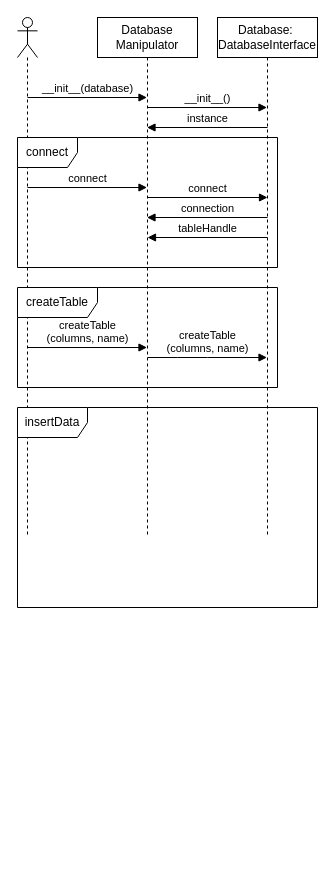
Above: page "Sequence-Diagram" (2 of 2) of Database/Architecture/Database-architecture.drawio in Uhgtred/OpenGreenHouse (draw.io), before the change. Source tidied: cells renumbered, new cells numbered last; positions are measured from the earlier drawing's top-left corner, leaving out a move shared by most shapes. Both pictures are drawn from the tidied source at 100%, with x=0, y=0 at pixel (17, 17).
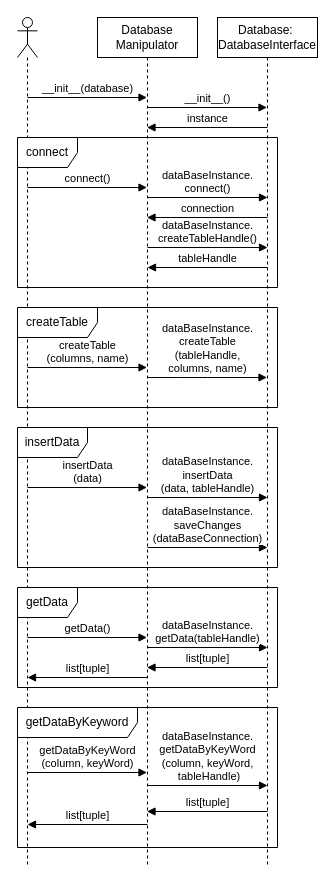
The same page after the edit.

Commit message (it also covers changes not shown here):
finishing sequence-diagram

What changed in the source:
```diff
@@
     <mxCell id="2" style="shape=umlLifeline;perimeter=lifelinePerimeter;whiteSpace=wrap;html=1;newEdgeStyle={&quot;curved&quot;:0,&quot;rounded&quot;:0};participant=umlActor;" parent="1" vertex="1">
-      <mxGeometry width="20" height="520" as="geometry" />
+      <mxGeometry width="20" height="850" as="geometry" />
     </mxCell>
     <mxCell id="3" value="Database&lt;br&gt;Manipulator" style="shape=umlLifeline;perimeter=lifelinePerimeter;whiteSpace=wrap;html=1;outlineConnect=0;portConstraint=eastwest;newEdgeStyle={&quot;curved&quot;:0,&quot;rounded&quot;:0};" parent="1" vertex="1">
-      <mxGeometry x="80" width="100" height="520" as="geometry" />
+      <mxGeometry x="80" width="100" height="850" as="geometry" />
     </mxCell>
@@
     <mxCell id="5" value="Database:&amp;nbsp;&lt;br&gt;DatabaseInterface" style="shape=umlLifeline;perimeter=lifelinePerimeter;whiteSpace=wrap;html=1;outlineConnect=0;portConstraint=eastwest;newEdgeStyle={&quot;curved&quot;:0,&quot;rounded&quot;:0};" parent="1" vertex="1">
-      <mxGeometry x="200" width="100" height="520" as="geometry" />
+      <mxGeometry x="200" width="100" height="850" as="geometry" />
     </mxCell>
@@
+    <mxCell id="17" style="group;" parent="1" vertex="1">
+      <mxGeometry y="290" width="260" height="100" as="geometry" />
+    </mxCell>
+    <mxCell id="13" value="createTable" style="shape=umlFrame;whiteSpace=wrap;html=1;width=80;height=30;" parent="17" vertex="1">
+      <mxGeometry width="260" height="100" as="geometry" />
+    </mxCell>
+    <mxCell id="14" value="dataBaseInstance.&lt;br&gt;createTable&lt;br style=&quot;border-color: var(--border-color);&quot;&gt;(tableHandle, &lt;br&gt;columns, name)" style="html=1;verticalAlign=bottom;endArrow=block;curved=0;rounded=0;" parent="17" edge="1">
+      <mxGeometry relative="1" as="geometry">
+        <mxPoint x="130" y="70" as="sourcePoint" />
+        <mxPoint x="249.5" y="70" as="targetPoint" />
+        <Array as="points">
+          <mxPoint x="160" y="70" />
+          <mxPoint x="190" y="70" />
+        </Array>
+      </mxGeometry>
+    </mxCell>
+    <mxCell id="15" value="createTable&lt;br&gt;(columns, name)" style="html=1;verticalAlign=bottom;endArrow=block;curved=0;rounded=0;" parent="17" edge="1">
+      <mxGeometry relative="1" as="geometry">
+        <mxPoint x="10" y="60" as="sourcePoint" />
+        <mxPoint x="129.5" y="60" as="targetPoint" />
+      </mxGeometry>
+    </mxCell>
+    <mxCell id="18" style="group;" parent="1" vertex="1">
+      <mxGeometry y="120" width="260" height="150" as="geometry" />
+    </mxCell>
-    <mxCell id="8" value="connect" style="html=1;verticalAlign=bottom;endArrow=block;curved=0;rounded=0;" parent="1" edge="1">
+    <mxCell id="8" value="connect()" style="html=1;verticalAlign=bottom;endArrow=block;curved=0;rounded=0;" parent="18" edge="1">
       <mxGeometry relative="1" as="geometry">
-        <mxPoint x="10" y="170" as="sourcePoint" />
-        <mxPoint x="129.5" y="170" as="targetPoint" />
+        <mxPoint x="10" y="50" as="sourcePoint" />
+        <mxPoint x="129.5" y="50" as="targetPoint" />
       </mxGeometry>
     </mxCell>
-    <mxCell id="9" value="connect" style="html=1;verticalAlign=bottom;endArrow=block;curved=0;rounded=0;" parent="1" edge="1">
+    <mxCell id="9" value="dataBaseInstance.&lt;br&gt;connect()" style="html=1;verticalAlign=bottom;endArrow=block;curved=0;rounded=0;" parent="18" edge="1">
       <mxGeometry relative="1" as="geometry">
-        <mxPoint x="130" y="180" as="sourcePoint" />
-        <mxPoint x="250" y="180" as="targetPoint" />
+        <mxPoint x="130" y="60" as="sourcePoint" />
+        <mxPoint x="250" y="60" as="targetPoint" />
       </mxGeometry>
     </mxCell>
-    <mxCell id="10" value="connection" style="html=1;verticalAlign=bottom;endArrow=block;curved=0;rounded=0;" parent="1" edge="1">
+    <mxCell id="10" value="connection" style="html=1;verticalAlign=bottom;endArrow=block;curved=0;rounded=0;" parent="18" edge="1">
       <mxGeometry relative="1" as="geometry">
-        <mxPoint x="250" y="200" as="sourcePoint" />
-        <mxPoint x="129.5" y="200" as="targetPoint" />
+        <mxPoint x="250" y="80" as="sourcePoint" />
+        <mxPoint x="129.5" y="80" as="targetPoint" />
       </mxGeometry>
     </mxCell>
-    <mxCell id="11" value="tableHandle" style="html=1;verticalAlign=bottom;endArrow=block;curved=0;rounded=0;" parent="1" edge="1">
+    <mxCell id="11" value="tableHandle" style="html=1;verticalAlign=bottom;endArrow=block;curved=0;rounded=0;" parent="18" edge="1">
       <mxGeometry relative="1" as="geometry">
-        <mxPoint x="250" y="220" as="sourcePoint" />
-        <mxPoint x="130" y="220" as="targetPoint" />
+        <mxPoint x="250" y="130" as="sourcePoint" />
+        <mxPoint x="130" y="130" as="targetPoint" />
+        <Array as="points">
+          <mxPoint x="200" y="130" />
+        </Array>
       </mxGeometry>
     </mxCell>
-    <mxCell id="12" value="connect" style="shape=umlFrame;whiteSpace=wrap;html=1;" parent="1" vertex="1">
-      <mxGeometry y="120" width="260" height="130" as="geometry" />
+    <mxCell id="12" value="connect" style="shape=umlFrame;whiteSpace=wrap;html=1;" parent="18" vertex="1">
+      <mxGeometry width="260" height="150" as="geometry" />
     </mxCell>
-    <mxCell id="13" value="createTable" style="shape=umlFrame;whiteSpace=wrap;html=1;width=80;height=30;" parent="1" vertex="1">
-      <mxGeometry y="270" width="260" height="100" as="geometry" />
-    </mxCell>
-    <mxCell id="14" value="createTable&lt;br style=&quot;border-color: var(--border-color);&quot;&gt;(columns, name)" style="html=1;verticalAlign=bottom;endArrow=block;curved=0;rounded=0;" parent="1" edge="1">
-      <mxGeometry relative="1" as="geometry">
-        <mxPoint x="130" y="340" as="sourcePoint" />
-        <mxPoint x="249.5" y="340" as="targetPoint" />
-        <Array as="points">
-          <mxPoint x="160" y="340" />
-          <mxPoint x="190" y="340" />
-        </Array>
-      </mxGeometry>
-    </mxCell>
-    <mxCell id="15" value="createTable&lt;br&gt;(columns, name)" style="html=1;verticalAlign=bottom;endArrow=block;curved=0;rounded=0;" parent="1" edge="1">
-      <mxGeometry relative="1" as="geometry">
-        <mxPoint x="10" y="330" as="sourcePoint" />
-        <mxPoint x="129.5" y="330" as="targetPoint" />
-      </mxGeometry>
-    </mxCell>
+    <mxCell id="19" value="dataBaseInstance.&lt;br&gt;createTableHandle()" style="html=1;verticalAlign=bottom;endArrow=block;curved=0;rounded=0;" parent="18" edge="1">
+      <mxGeometry relative="1" as="geometry">
+        <mxPoint x="130" y="110" as="sourcePoint" />
+        <mxPoint x="250" y="110" as="targetPoint" />
+      </mxGeometry>
+    </mxCell>
+    <mxCell id="20" style="group;" parent="1" vertex="1">
+      <mxGeometry y="410" width="260" height="140" as="geometry" />
+    </mxCell>
-    <mxCell id="16" value="insertData" style="shape=umlFrame;whiteSpace=wrap;html=1;width=70;height=30;" parent="1" vertex="1">
-      <mxGeometry y="390" width="300" height="200" as="geometry" />
+    <mxCell id="16" value="insertData" style="shape=umlFrame;whiteSpace=wrap;html=1;width=70;height=30;" parent="20" vertex="1">
+      <mxGeometry width="260" height="140" as="geometry" />
     </mxCell>
+    <mxCell id="21" value="insertData&lt;br&gt;(data)" style="html=1;verticalAlign=bottom;endArrow=block;curved=0;rounded=0;" parent="20" edge="1" target="3">
+      <mxGeometry relative="1" as="geometry">
+        <mxPoint x="10" y="60" as="sourcePoint" />
+      </mxGeometry>
+    </mxCell>
+    <mxCell id="22" value="dataBaseInstance.&lt;br&gt;insertData&lt;br&gt;(data, tableHandle)" style="html=1;verticalAlign=bottom;endArrow=block;curved=0;rounded=0;" parent="20" edge="1">
+      <mxGeometry relative="1" as="geometry">
+        <mxPoint x="130" y="70" as="sourcePoint" />
+        <mxPoint x="250" y="70" as="targetPoint" />
+      </mxGeometry>
+    </mxCell>
+    <mxCell id="23" value="dataBaseInstance.&lt;br&gt;saveChanges&lt;br&gt;(dataBaseConnection)" style="html=1;verticalAlign=bottom;endArrow=block;curved=0;rounded=0;" parent="20" edge="1">
+      <mxGeometry relative="1" as="geometry">
+        <mxPoint x="130" y="120" as="sourcePoint" />
+        <mxPoint x="250" y="120" as="targetPoint" />
+      </mxGeometry>
+    </mxCell>
+    <mxCell id="24" style="group;" parent="1" vertex="1">
+      <mxGeometry y="570" width="260" height="100" as="geometry" />
+    </mxCell>
+    <mxCell id="25" value="getData" style="shape=umlFrame;whiteSpace=wrap;html=1;" parent="24" vertex="1">
+      <mxGeometry width="260" height="100" as="geometry" />
+    </mxCell>
+    <mxCell id="26" value="getData()" style="html=1;verticalAlign=bottom;endArrow=block;curved=0;rounded=0;" parent="24" edge="1" target="3">
+      <mxGeometry relative="1" as="geometry">
+        <mxPoint x="10" y="50" as="sourcePoint" />
+      </mxGeometry>
+    </mxCell>
+    <mxCell id="27" value="dataBaseInstance.&lt;br&gt;getData(tableHandle)" style="html=1;verticalAlign=bottom;endArrow=block;curved=0;rounded=0;" parent="24" edge="1">
+      <mxGeometry relative="1" as="geometry">
+        <mxPoint x="130" y="60" as="sourcePoint" />
+        <mxPoint x="250" y="60" as="targetPoint" />
+      </mxGeometry>
+    </mxCell>
+    <mxCell id="28" value="list[tuple]" style="html=1;verticalAlign=bottom;endArrow=block;curved=0;rounded=0;" parent="24" edge="1" target="3">
+      <mxGeometry relative="1" as="geometry">
+        <mxPoint x="250" y="80" as="sourcePoint" />
+      </mxGeometry>
+    </mxCell>
+    <mxCell id="29" value="list[tuple]" style="html=1;verticalAlign=bottom;endArrow=block;curved=0;rounded=0;" parent="24" edge="1">
+      <mxGeometry relative="1" as="geometry">
+        <mxPoint x="130" y="90" as="sourcePoint" />
+        <mxPoint x="10" y="90" as="targetPoint" />
+      </mxGeometry>
+    </mxCell>
+    <mxCell id="30" value="getDataByKeyword" style="shape=umlFrame;whiteSpace=wrap;html=1;width=120;height=30;" parent="1" vertex="1">
+      <mxGeometry y="690" width="260" height="140" as="geometry" />
+    </mxCell>
+    <mxCell id="31" value="getDataByKeyWord&lt;br&gt;(column, keyWord)" style="html=1;verticalAlign=bottom;endArrow=block;curved=0;rounded=0;" parent="1" edge="1" target="3">
+      <mxGeometry relative="1" as="geometry">
+        <mxPoint x="10" y="755" as="sourcePoint" />
+      </mxGeometry>
+    </mxCell>
+    <mxCell id="32" value="dataBaseInstance.&lt;br&gt;getDataByKeyWord&lt;br&gt;(column, keyWord,&lt;br&gt;&amp;nbsp;tableHandle)" style="html=1;verticalAlign=bottom;endArrow=block;curved=0;rounded=0;" parent="1" edge="1">
+      <mxGeometry relative="1" as="geometry">
+        <mxPoint x="130" y="768" as="sourcePoint" />
+        <mxPoint x="250" y="768" as="targetPoint" />
+      </mxGeometry>
+    </mxCell>
+    <mxCell id="33" value="list[tuple]" style="html=1;verticalAlign=bottom;endArrow=block;curved=0;rounded=0;" parent="1" edge="1" target="3">
+      <mxGeometry relative="1" as="geometry">
+        <mxPoint x="250" y="794" as="sourcePoint" />
+      </mxGeometry>
+    </mxCell>
+    <mxCell id="34" value="list[tuple]" style="html=1;verticalAlign=bottom;endArrow=block;curved=0;rounded=0;" parent="1" edge="1">
+      <mxGeometry relative="1" as="geometry">
+        <mxPoint x="130" y="807" as="sourcePoint" />
+        <mxPoint x="10" y="807" as="targetPoint" />
+      </mxGeometry>
+    </mxCell>
```
